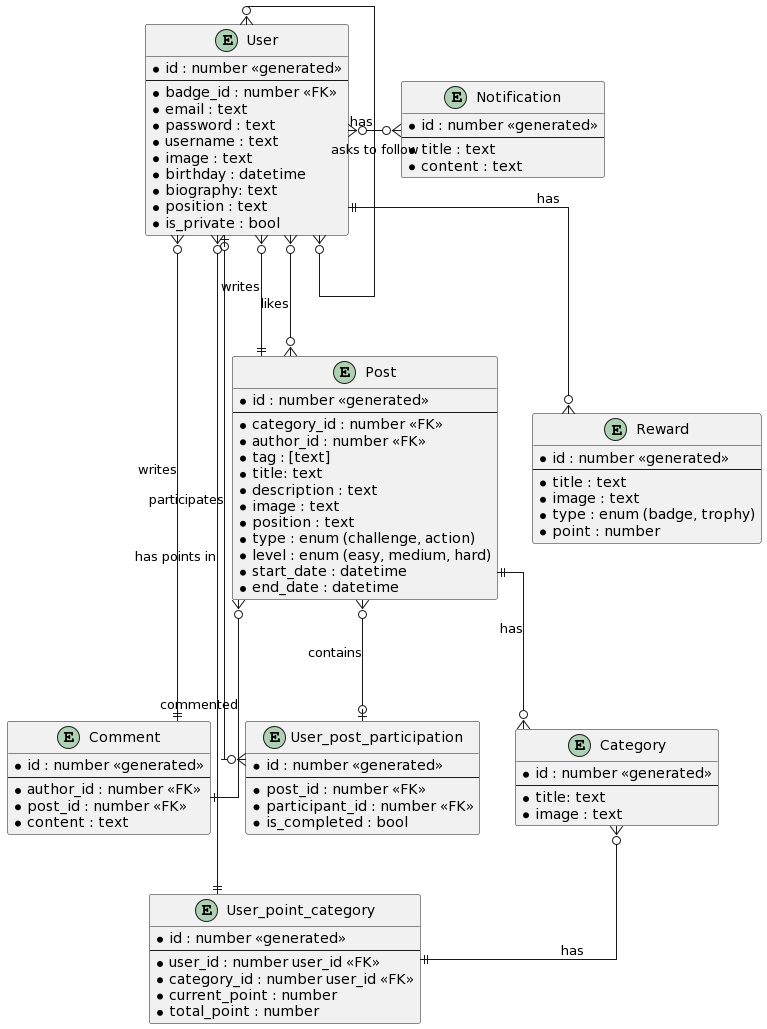
Above: conception/diagrams/entity_relation/entity_relation_color.png in Eco-Gest/Frontend-Flutter (PlantUML), before the change.
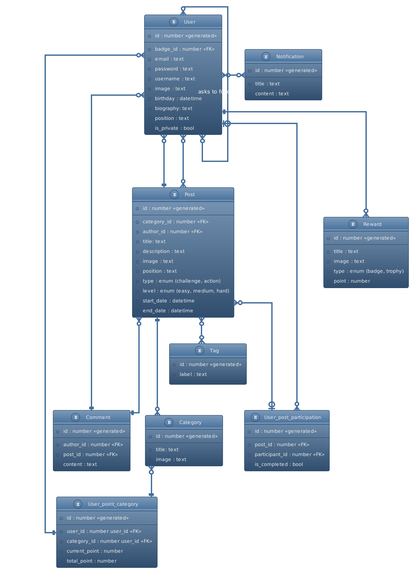
Later version of the same file.

Commit message:
update diagrams entity relation

What changed in the source:
```diff
@@ -1,4 +1,5 @@
 @startuml
+!theme spacelab
 
 skinparam linetype ortho
 
@@ -28,7 +29,6 @@
   --
   *category_id : number <<FK>>
   *author_id : number <<FK>>
-  *tag : [text]
   *title: text
   *description : text
   *image : text
@@ -80,6 +80,12 @@
   *total_point : number
 }
 
+Entity "Tag" as tag {
+  *id : number <<generated>>
+  *label : text
+}
+
+
 u |o-down--o{ upp : participates
 p }o---o| upp : contains
 u }o-down--|| p : writes
@@ -92,4 +98,5 @@
 p ||---o{ cat : has
 u }o--|| upc : has points in
 cat }o--|| upc : has
+p }o--o{ tag
 @enduml
```
